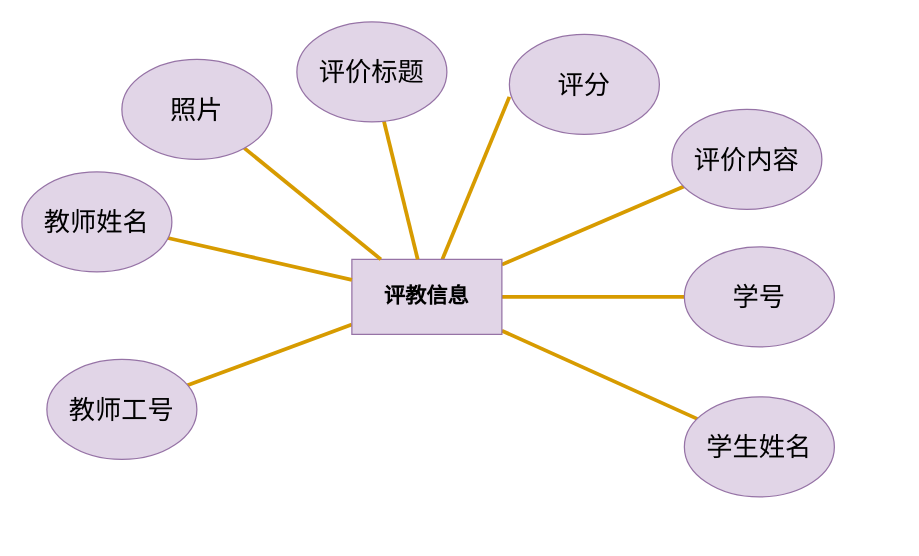
ov0-0vo/1 keeps this draw.io diagram as 评教信息实体属性图.drawio. Above is the earlier version. Source tidied: cells renumbered, new cells numbered last; positions are measured from the earlier drawing's top-left corner, leaving out a move shared by most shapes. Both pictures are drawn from the tidied source at 125%, with x=0, y=0 at pixel (21, 21).
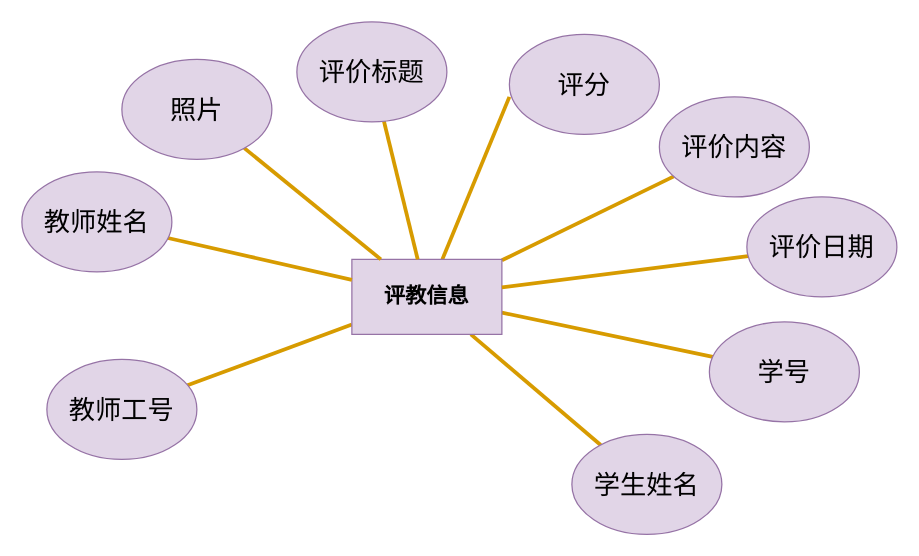
The same diagram, later.

Commit message (it also covers changes not shown here):
更新评教信息实体属性图.drawio

The change refers to these unchanged cells:
```xml
<mxCell id="7" value="评教信息" style="rounded=0;whiteSpace=wrap;html=1;fillColor=#e1d5e7;strokeColor=#9673a6;fontFamily=Times New Roman;fontStyle=1;fontSize=17;" parent="1" vertex="1">
  <mxGeometry x="264" y="190" width="120" height="60" as="geometry" />
</mxCell>
```

Change to the diagram source:
```diff
@@
     <mxCell id="15" value="评价内容" style="ellipse;whiteSpace=wrap;html=1;fillColor=#e1d5e7;strokeColor=#9673a6;fontSize=21;" parent="1" vertex="1">
-      <mxGeometry x="520" y="70" width="120" height="80" as="geometry" />
+      <mxGeometry x="510" y="60" width="120" height="80" as="geometry" />
     </mxCell>
@@
     <mxCell id="17" value="学号" style="ellipse;whiteSpace=wrap;html=1;fillColor=#e1d5e7;strokeColor=#9673a6;fontSize=21;" parent="1" vertex="1">
-      <mxGeometry x="530" y="180" width="120" height="80" as="geometry" />
+      <mxGeometry x="550" y="240" width="120" height="80" as="geometry" />
     </mxCell>
     <mxCell id="18" value="学生姓名" style="ellipse;whiteSpace=wrap;html=1;fillColor=#e1d5e7;strokeColor=#9673a6;fontSize=21;" parent="1" vertex="1">
-      <mxGeometry x="530" y="300" width="120" height="80" as="geometry" />
+      <mxGeometry x="440" y="330" width="120" height="80" as="geometry" />
     </mxCell>
+    <mxCell id="19" style="edgeStyle=none;shape=connector;rounded=0;jettySize=auto;html=1;labelBackgroundColor=default;strokeColor=#d79b00;strokeWidth=3;fontFamily=Helvetica;fontSize=11;fontColor=default;endArrow=none;endFill=0;fillColor=#ffe6cc;" parent="1" edge="1" source="20" target="7">
+      <mxGeometry relative="1" as="geometry" />
+    </mxCell>
+    <mxCell id="20" value="评价日期" style="ellipse;whiteSpace=wrap;html=1;fillColor=#e1d5e7;strokeColor=#9673a6;fontSize=21;" parent="1" vertex="1">
+      <mxGeometry x="580" y="140" width="120" height="80" as="geometry" />
+    </mxCell>
```
